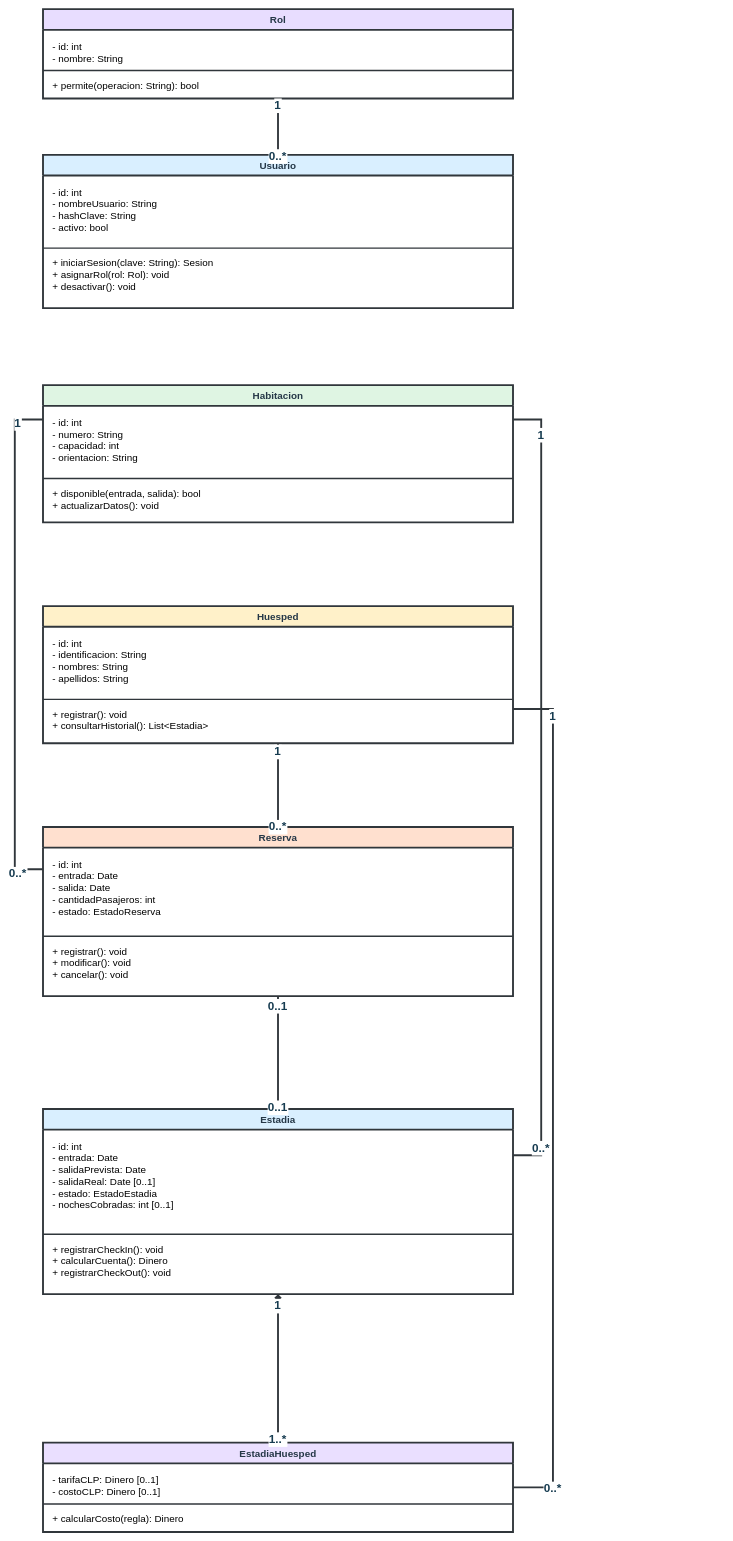
Above: diagramas-editables/diagrama-de-clases.drawio in Yutre3/hotel-duerme-bien (draw.io), before the change. Source tidied: cells renumbered, new cells numbered last; positions are measured from the earlier drawing's top-left corner, leaving out a move shared by most shapes. Both pictures are drawn from the tidied source at 47%, with x=0, y=0 at pixel (15, 9).
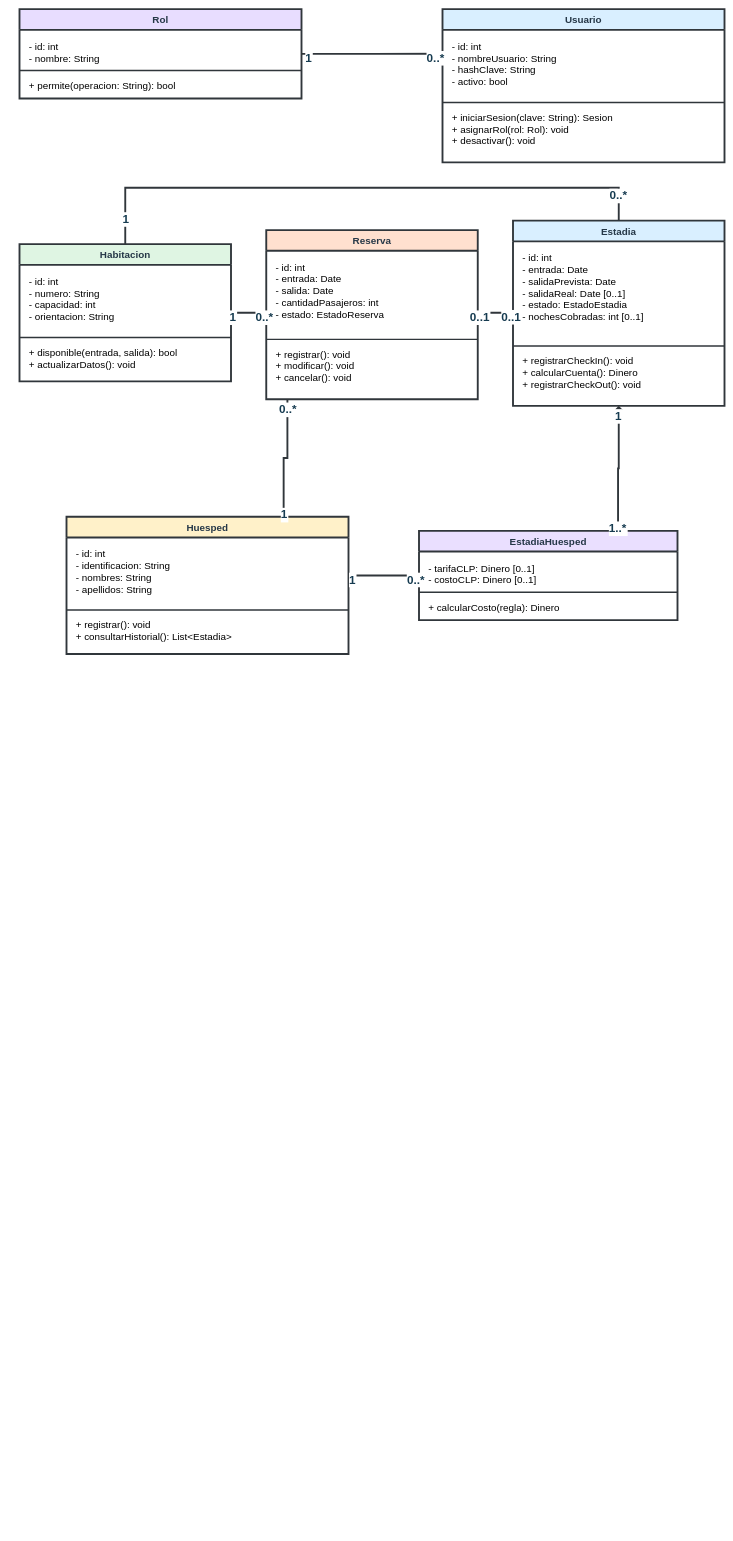
The same page after the edit.

Diff of the diagram source:
```diff
@@
     <mxCell id="2" value="Rol" style="shape=swimlane;startSize=44;horizontal=1;html=0;whiteSpace=wrap;strokeColor=#30363b;strokeWidth=4;fillColor=#e8ddff;fontColor=#253747;fontSize=21;fontStyle=1;" parent="1" vertex="1">
-      <mxGeometry x="60" width="1000" height="190" as="geometry" />
+      <mxGeometry x="10" width="600" height="190" as="geometry" />
     </mxCell>
     <mxCell id="3" value="- id: int&#10;- nombre: String" style="text;html=0;strokeColor=none;fillColor=none;align=left;verticalAlign=top;spacingLeft=18;fontSize=21;" parent="2" vertex="1">
-      <mxGeometry y="60" width="1000" height="68" as="geometry" />
+      <mxGeometry y="60" width="600" height="68" as="geometry" />
     </mxCell>
     <mxCell id="4" value="+ permite(operacion: String): bool" style="text;html=0;strokeColor=none;fillColor=none;align=left;verticalAlign=top;spacingLeft=18;fontSize=21;" parent="2" vertex="1">
-      <mxGeometry y="143" width="1000" height="34" as="geometry" />
+      <mxGeometry y="143" width="600" height="34" as="geometry" />
     </mxCell>
     <mxCell id="5" style="shape=line;strokeColor=#30363b;strokeWidth=3;" parent="2" vertex="1">
-      <mxGeometry y="130" width="1000" height="1" as="geometry" />
+      <mxGeometry y="130" width="600" height="1" as="geometry" />
     </mxCell>
     <mxCell id="6" value="Usuario" style="shape=swimlane;startSize=44;horizontal=1;html=0;whiteSpace=wrap;strokeColor=#30363b;strokeWidth=4;fillColor=#d9efff;fontColor=#253747;fontSize=21;fontStyle=1;" parent="1" vertex="1">
-      <mxGeometry x="60" y="310" width="1000" height="326" as="geometry" />
+      <mxGeometry x="910" width="600" height="326" as="geometry" />
     </mxCell>
     <mxCell id="7" value="- id: int&#10;- nombreUsuario: String&#10;- hashClave: String&#10;- activo: bool" style="text;html=0;strokeColor=none;fillColor=none;align=left;verticalAlign=top;spacingLeft=18;fontSize=21;" parent="6" vertex="1">
-      <mxGeometry y="60" width="1000" height="136" as="geometry" />
+      <mxGeometry y="60" width="600" height="136" as="geometry" />
     </mxCell>
     <mxCell id="8" value="+ iniciarSesion(clave: String): Sesion&#10;+ asignarRol(rol: Rol): void&#10;+ desactivar(): void" style="text;html=0;strokeColor=none;fillColor=none;align=left;verticalAlign=top;spacingLeft=18;fontSize=21;" parent="6" vertex="1">
-      <mxGeometry y="211" width="1000" height="102" as="geometry" />
+      <mxGeometry y="211" width="600" height="102" as="geometry" />
     </mxCell>
     <mxCell id="9" style="shape=line;strokeColor=#30363b;strokeWidth=3;" parent="6" vertex="1">
-      <mxGeometry y="198" width="1000" height="1" as="geometry" />
+      <mxGeometry y="198" width="600" height="1" as="geometry" />
     </mxCell>
     <mxCell id="10" value="Habitacion" style="shape=swimlane;startSize=44;horizontal=1;html=0;whiteSpace=wrap;strokeColor=#30363b;strokeWidth=4;fillColor=#dff5e3;fontColor=#253747;fontSize=21;fontStyle=1;" parent="1" vertex="1">
-      <mxGeometry x="60" y="800" width="1000" height="292" as="geometry" />
+      <mxGeometry x="10" y="500" width="450" height="292" as="geometry" />
     </mxCell>
     <mxCell id="11" value="- id: int&#10;- numero: String&#10;- capacidad: int&#10;- orientacion: String" style="text;html=0;strokeColor=none;fillColor=none;align=left;verticalAlign=top;spacingLeft=18;fontSize=21;" parent="10" vertex="1">
-      <mxGeometry y="60" width="1000" height="136" as="geometry" />
+      <mxGeometry y="60" width="450" height="136" as="geometry" />
     </mxCell>
     <mxCell id="12" value="+ disponible(entrada, salida): bool&#10;+ actualizarDatos(): void" style="text;html=0;strokeColor=none;fillColor=none;align=left;verticalAlign=top;spacingLeft=18;fontSize=21;" parent="10" vertex="1">
-      <mxGeometry y="211" width="1000" height="68" as="geometry" />
+      <mxGeometry y="211" width="450" height="68" as="geometry" />
     </mxCell>
     <mxCell id="13" style="shape=line;strokeColor=#30363b;strokeWidth=3;" parent="10" vertex="1">
-      <mxGeometry y="198" width="1000" height="1" as="geometry" />
+      <mxGeometry y="198" width="450" height="1" as="geometry" />
     </mxCell>
-    <mxCell id="14" value="Huesped" style="shape=swimlane;startSize=44;horizontal=1;html=0;whiteSpace=wrap;strokeColor=#30363b;strokeWidth=4;fillColor=#fff1c9;fontColor=#253747;fontSize=21;fontStyle=1;" parent="1" vertex="1">
-      <mxGeometry x="60" y="1270" width="1000" height="292" as="geometry" />
-    </mxCell>
-    <mxCell id="15" value="- id: int&#10;- identificacion: String&#10;- nombres: String&#10;- apellidos: String" style="text;html=0;strokeColor=none;fillColor=none;align=left;verticalAlign=top;spacingLeft=18;fontSize=21;" parent="14" vertex="1">
-      <mxGeometry y="60" width="1000" height="136" as="geometry" />
-    </mxCell>
-    <mxCell id="16" value="+ registrar(): void&#10;+ consultarHistorial(): List&lt;Estadia&gt;" style="text;html=0;strokeColor=none;fillColor=none;align=left;verticalAlign=top;spacingLeft=18;fontSize=21;" parent="14" vertex="1">
-      <mxGeometry y="211" width="1000" height="68" as="geometry" />
-    </mxCell>
-    <mxCell id="17" style="shape=line;strokeColor=#30363b;strokeWidth=3;" parent="14" vertex="1">
-      <mxGeometry y="198" width="1000" height="1" as="geometry" />
-    </mxCell>
     <mxCell id="18" value="Reserva" style="shape=swimlane;startSize=44;horizontal=1;html=0;whiteSpace=wrap;strokeColor=#30363b;strokeWidth=4;fillColor=#ffe0cf;fontColor=#253747;fontSize=21;fontStyle=1;" parent="1" vertex="1">
-      <mxGeometry x="60" y="1740" width="1000" height="360" as="geometry" />
+      <mxGeometry x="535" y="470" width="450" height="360" as="geometry" />
     </mxCell>
     <mxCell id="19" value="- id: int&#10;- entrada: Date&#10;- salida: Date&#10;- cantidadPasajeros: int&#10;- estado: EstadoReserva" style="text;html=0;strokeColor=none;fillColor=none;align=left;verticalAlign=top;spacingLeft=18;fontSize=21;" parent="18" vertex="1">
-      <mxGeometry y="60" width="1000" height="170" as="geometry" />
+      <mxGeometry y="60" width="450" height="170" as="geometry" />
     </mxCell>
     <mxCell id="20" value="+ registrar(): void&#10;+ modificar(): void&#10;+ cancelar(): void" style="text;html=0;strokeColor=none;fillColor=none;align=left;verticalAlign=top;spacingLeft=18;fontSize=21;" parent="18" vertex="1">
-      <mxGeometry y="245" width="1000" height="102" as="geometry" />
+      <mxGeometry y="245" width="450" height="102" as="geometry" />
     </mxCell>
     <mxCell id="21" style="shape=line;strokeColor=#30363b;strokeWidth=3;" parent="18" vertex="1">
-      <mxGeometry y="232" width="1000" height="1" as="geometry" />
+      <mxGeometry y="232" width="450" height="1" as="geometry" />
     </mxCell>
     <mxCell id="22" value="Estadia" style="shape=swimlane;startSize=44;horizontal=1;html=0;whiteSpace=wrap;strokeColor=#30363b;strokeWidth=4;fillColor=#d9efff;fontColor=#253747;fontSize=21;fontStyle=1;" parent="1" vertex="1">
-      <mxGeometry x="60" y="2340" width="1000" height="394" as="geometry" />
+      <mxGeometry x="1060" y="450" width="450" height="394" as="geometry" />
     </mxCell>
     <mxCell id="23" value="- id: int&#10;- entrada: Date&#10;- salidaPrevista: Date&#10;- salidaReal: Date [0..1]&#10;- estado: EstadoEstadia&#10;- nochesCobradas: int [0..1]" style="text;html=0;strokeColor=none;fillColor=none;align=left;verticalAlign=top;spacingLeft=18;fontSize=21;" parent="22" vertex="1">
-      <mxGeometry y="60" width="1000" height="204" as="geometry" />
+      <mxGeometry y="60" width="450" height="204" as="geometry" />
     </mxCell>
     <mxCell id="24" value="+ registrarCheckIn(): void&#10;+ calcularCuenta(): Dinero&#10;+ registrarCheckOut(): void" style="text;html=0;strokeColor=none;fillColor=none;align=left;verticalAlign=top;spacingLeft=18;fontSize=21;" parent="22" vertex="1">
-      <mxGeometry y="279" width="1000" height="102" as="geometry" />
+      <mxGeometry y="279" width="450" height="102" as="geometry" />
     </mxCell>
     <mxCell id="25" style="shape=line;strokeColor=#30363b;strokeWidth=3;" parent="22" vertex="1">
-      <mxGeometry y="266" width="1000" height="1" as="geometry" />
+      <mxGeometry y="266" width="450" height="1" as="geometry" />
     </mxCell>
+    <mxCell id="14" value="Huesped" style="shape=swimlane;startSize=44;horizontal=1;html=0;whiteSpace=wrap;strokeColor=#30363b;strokeWidth=4;fillColor=#fff1c9;fontColor=#253747;fontSize=21;fontStyle=1;" parent="1" vertex="1">
+      <mxGeometry x="110" y="1080" width="600" height="292" as="geometry" />
+    </mxCell>
+    <mxCell id="15" value="- id: int&#10;- identificacion: String&#10;- nombres: String&#10;- apellidos: String" style="text;html=0;strokeColor=none;fillColor=none;align=left;verticalAlign=top;spacingLeft=18;fontSize=21;" parent="14" vertex="1">
+      <mxGeometry y="60" width="600" height="136" as="geometry" />
+    </mxCell>
+    <mxCell id="16" value="+ registrar(): void&#10;+ consultarHistorial(): List&lt;Estadia&gt;" style="text;html=0;strokeColor=none;fillColor=none;align=left;verticalAlign=top;spacingLeft=18;fontSize=21;" parent="14" vertex="1">
+      <mxGeometry y="211" width="600" height="68" as="geometry" />
+    </mxCell>
+    <mxCell id="17" style="shape=line;strokeColor=#30363b;strokeWidth=3;" parent="14" vertex="1">
+      <mxGeometry y="198" width="600" height="1" as="geometry" />
+    </mxCell>
     <mxCell id="26" value="EstadiaHuesped" style="shape=swimlane;startSize=44;horizontal=1;html=0;whiteSpace=wrap;strokeColor=#30363b;strokeWidth=4;fillColor=#eadfff;fontColor=#253747;fontSize=21;fontStyle=1;" parent="1" vertex="1">
-      <mxGeometry x="60" y="3050" width="1000" height="190" as="geometry" />
+      <mxGeometry x="860" y="1110" width="550" height="190" as="geometry" />
     </mxCell>
     <mxCell id="27" value="- tarifaCLP: Dinero [0..1]&#10;- costoCLP: Dinero [0..1]" style="text;html=0;strokeColor=none;fillColor=none;align=left;verticalAlign=top;spacingLeft=18;fontSize=21;" parent="26" vertex="1">
-      <mxGeometry y="60" width="1000" height="68" as="geometry" />
+      <mxGeometry y="60" width="550" height="68" as="geometry" />
     </mxCell>
     <mxCell id="28" value="+ calcularCosto(regla): Dinero" style="text;html=0;strokeColor=none;fillColor=none;align=left;verticalAlign=top;spacingLeft=18;fontSize=21;" parent="26" vertex="1">
-      <mxGeometry y="143" width="1000" height="34" as="geometry" />
+      <mxGeometry y="143" width="550" height="34" as="geometry" />
     </mxCell>
     <mxCell id="29" style="shape=line;strokeColor=#30363b;strokeWidth=3;" parent="26" vertex="1">
-      <mxGeometry y="130" width="1000" height="1" as="geometry" />
+      <mxGeometry y="130" width="550" height="1" as="geometry" />
     </mxCell>
-    <mxCell id="30" style="html=0;edgeStyle=orthogonalEdgeStyle;jettySize=32;rounded=0;strokeWidth=4;strokeColor=#30363b;fontSize=22;fontStyle=1;fontColor=#163b50;labelBackgroundColor=#ffffff;endArrow=none;endFill=0;startArrow=none;startFill=0;exitX=0.5;exitY=1;exitPerimeter=0;entryX=0.5;entryY=0;entryPerimeter=0;" parent="1" edge="1" source="2" target="6">
+    <mxCell id="30" style="html=0;edgeStyle=orthogonalEdgeStyle;jettySize=32;rounded=0;strokeWidth=4;strokeColor=#30363b;fontSize=22;fontStyle=1;fontColor=#163b50;labelBackgroundColor=#ffffff;endArrow=none;endFill=0;startArrow=none;startFill=0;exitX=1;exitY=0.5;exitPerimeter=0;entryX=0;entryY=0.291;entryPerimeter=0;" parent="1" edge="1" source="2" target="6">
       <mxGeometry relative="1" as="geometry" />
     </mxCell>
@@
-    <mxCell id="33" style="html=0;edgeStyle=orthogonalEdgeStyle;jettySize=32;rounded=0;strokeWidth=4;strokeColor=#30363b;fontSize=22;fontStyle=1;fontColor=#163b50;labelBackgroundColor=#ffffff;endArrow=none;endFill=0;startArrow=none;startFill=0;exitX=0;exitY=0.25;exitPerimeter=0;entryX=0;entryY=0.25;entryPerimeter=0;" parent="1" edge="1" source="10" target="18">
-      <mxGeometry relative="1" as="geometry">
-        <Array as="points">
-          <mxPoint y="873" />
-          <mxPoint y="1830" />
-        </Array>
-      </mxGeometry>
+    <mxCell id="33" style="html=0;edgeStyle=orthogonalEdgeStyle;jettySize=32;rounded=0;strokeWidth=4;strokeColor=#30363b;fontSize=22;fontStyle=1;fontColor=#163b50;labelBackgroundColor=#ffffff;endArrow=none;endFill=0;startArrow=none;startFill=0;exitX=1;exitY=0.5;exitPerimeter=0;entryX=0;entryY=0.489;entryPerimeter=0;" parent="1" edge="1" source="10" target="18">
+      <mxGeometry relative="1" as="geometry" />
     </mxCell>
@@
-    <mxCell id="36" style="html=0;edgeStyle=orthogonalEdgeStyle;jettySize=32;rounded=0;strokeWidth=4;strokeColor=#30363b;fontSize=22;fontStyle=1;fontColor=#163b50;labelBackgroundColor=#ffffff;endArrow=none;endFill=0;startArrow=none;startFill=0;exitX=1;exitY=0.25;exitPerimeter=0;entryX=1;entryY=0.25;entryPerimeter=0;" parent="1" edge="1" source="10" target="22">
+    <mxCell id="36" style="html=0;edgeStyle=orthogonalEdgeStyle;jettySize=32;rounded=0;strokeWidth=4;strokeColor=#30363b;fontSize=22;fontStyle=1;fontColor=#163b50;labelBackgroundColor=#ffffff;endArrow=none;endFill=0;startArrow=none;startFill=0;exitX=0.5;exitY=0;exitPerimeter=0;entryX=0.5;entryY=0;entryPerimeter=0;" parent="1" edge="1" source="10" target="22">
       <mxGeometry relative="1" as="geometry">
         <Array as="points">
-          <mxPoint x="1120" y="873" />
-          <mxPoint x="1120" y="2438.5" />
+          <mxPoint x="235" y="380" />
+          <mxPoint x="1285" y="380" />
         </Array>
       </mxGeometry>
     </mxCell>
@@
-    <mxCell id="39" style="html=0;edgeStyle=orthogonalEdgeStyle;jettySize=32;rounded=0;strokeWidth=4;strokeColor=#30363b;fontSize=22;fontStyle=1;fontColor=#163b50;labelBackgroundColor=#ffffff;endArrow=none;endFill=0;startArrow=none;startFill=0;exitX=0.5;exitY=1;exitPerimeter=0;entryX=0.5;entryY=0;entryPerimeter=0;" parent="1" edge="1" source="14" target="18">
+    <mxCell id="39" style="html=0;edgeStyle=orthogonalEdgeStyle;jettySize=32;rounded=0;strokeWidth=4;strokeColor=#30363b;fontSize=22;fontStyle=1;fontColor=#163b50;labelBackgroundColor=#ffffff;endArrow=none;endFill=0;startArrow=none;startFill=0;exitX=0.77;exitY=0;exitPerimeter=0;entryX=0.1;entryY=1;entryPerimeter=0;" parent="1" edge="1" source="14" target="18">
       <mxGeometry relative="1" as="geometry" />
     </mxCell>
@@
-    <mxCell id="42" style="html=0;edgeStyle=orthogonalEdgeStyle;jettySize=32;rounded=0;strokeWidth=4;strokeColor=#30363b;fontSize=22;fontStyle=1;fontColor=#163b50;labelBackgroundColor=#ffffff;endArrow=none;endFill=0;startArrow=none;startFill=0;exitX=0.5;exitY=1;exitPerimeter=0;entryX=0.5;entryY=0;entryPerimeter=0;" parent="1" edge="1" source="18" target="22">
+    <mxCell id="42" style="html=0;edgeStyle=orthogonalEdgeStyle;jettySize=32;rounded=0;strokeWidth=4;strokeColor=#30363b;fontSize=22;fontStyle=1;fontColor=#163b50;labelBackgroundColor=#ffffff;endArrow=none;endFill=0;startArrow=none;startFill=0;exitX=1;exitY=0.489;exitPerimeter=0;entryX=0;entryY=0.497;entryPerimeter=0;" parent="1" edge="1" source="18" target="22">
       <mxGeometry relative="1" as="geometry" />
     </mxCell>
@@
-    <mxCell id="45" style="html=0;edgeStyle=orthogonalEdgeStyle;jettySize=32;rounded=0;strokeWidth=4;strokeColor=#30363b;fontSize=22;fontStyle=1;fontColor=#163b50;labelBackgroundColor=#ffffff;endArrow=none;endFill=0;startArrow=diamond;startFill=1;exitX=0.5;exitY=1;exitPerimeter=0;entryX=0.5;entryY=0;entryPerimeter=0;" parent="1" edge="1" source="22" target="26">
+    <mxCell id="45" style="html=0;edgeStyle=orthogonalEdgeStyle;jettySize=32;rounded=0;strokeWidth=4;strokeColor=#30363b;fontSize=22;fontStyle=1;fontColor=#163b50;labelBackgroundColor=#ffffff;endArrow=none;endFill=0;startArrow=diamond;startFill=1;exitX=0.5;exitY=1;exitPerimeter=0;entryX=0.77;entryY=0;entryPerimeter=0;" parent="1" edge="1" source="22" target="26">
       <mxGeometry relative="1" as="geometry" />
     </mxCell>
@@
-    <mxCell id="48" style="html=0;edgeStyle=orthogonalEdgeStyle;jettySize=32;rounded=0;strokeWidth=4;strokeColor=#30363b;fontSize=22;fontStyle=1;fontColor=#163b50;labelBackgroundColor=#ffffff;endArrow=none;endFill=0;startArrow=none;startFill=0;exitX=1;exitY=0.75;exitPerimeter=0;entryX=1;entryY=0.5;entryPerimeter=0;" parent="1" edge="1" source="14" target="26">
-      <mxGeometry relative="1" as="geometry">
-        <Array as="points">
-          <mxPoint x="1145" y="1489" />
-          <mxPoint x="1145" y="3145" />
-        </Array>
-      </mxGeometry>
+    <mxCell id="48" style="html=0;edgeStyle=orthogonalEdgeStyle;jettySize=32;rounded=0;strokeWidth=4;strokeColor=#30363b;fontSize=22;fontStyle=1;fontColor=#163b50;labelBackgroundColor=#ffffff;endArrow=none;endFill=0;startArrow=none;startFill=0;exitX=1;exitY=0.428;exitPerimeter=0;entryX=0;entryY=0.5;entryPerimeter=0;" parent="1" edge="1" source="14" target="26">
+      <mxGeometry relative="1" as="geometry" />
     </mxCell>
```
